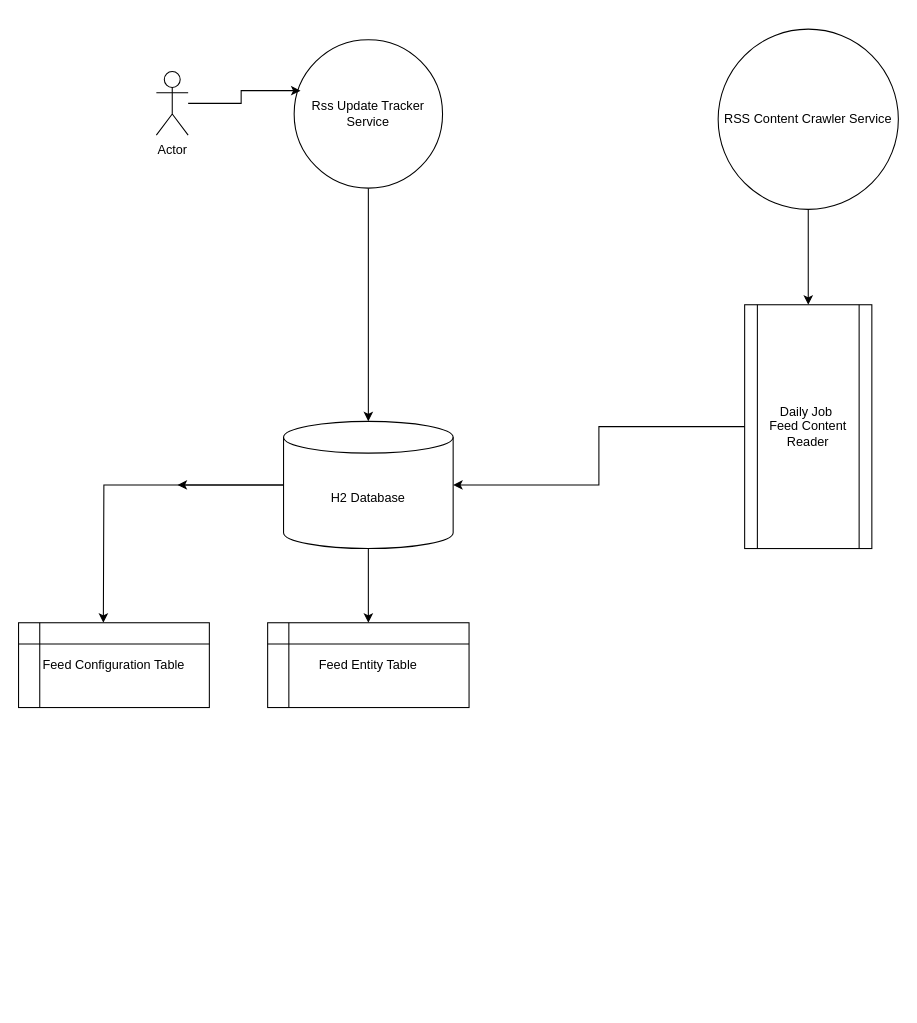
The draw.io diagram design/rss-tracker-service-draft-design-flow.drawio in hhovhann/rss-tracker-service, before the edit. Source tidied: cells renumbered, new cells numbered last; positions are measured from the earlier drawing's top-left corner, leaving out a move shared by most shapes. Both pictures are drawn from the tidied source at 106%, with x=0, y=0 at pixel (18, 29).
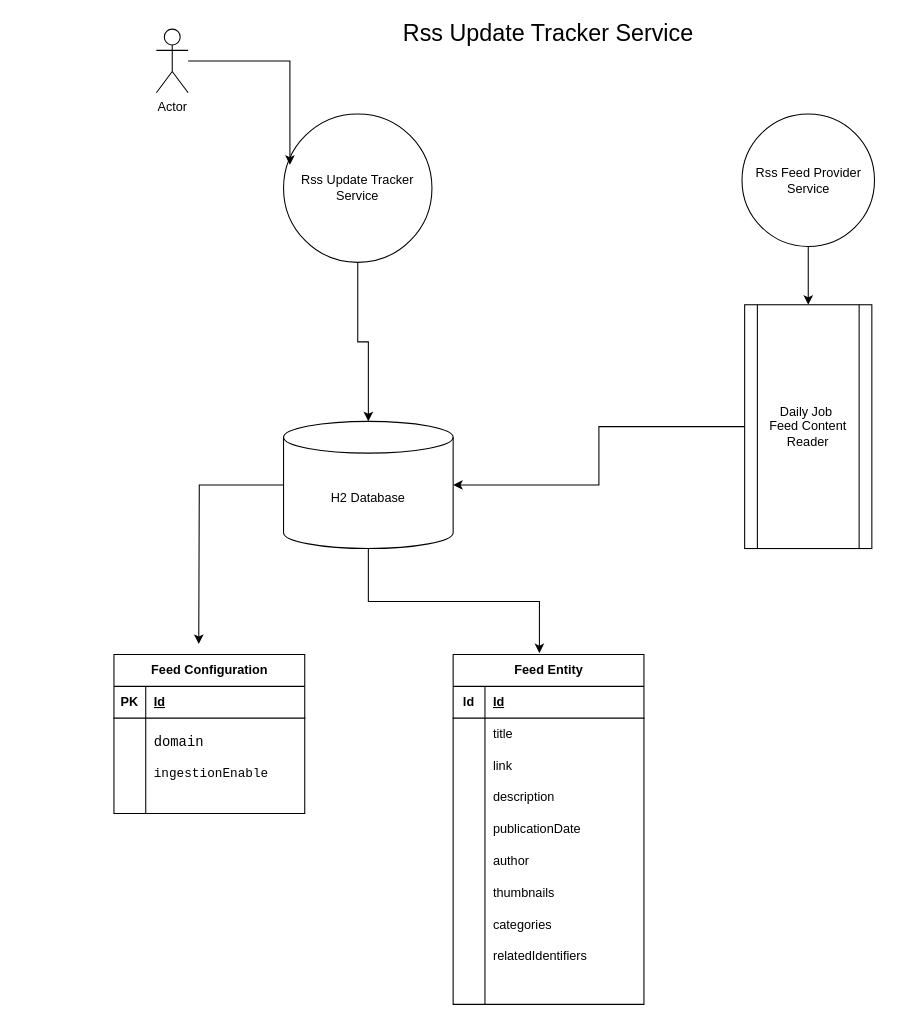
The same page after the edit.

Commit message:
Update draft design flow

The change refers to these unchanged cells:
```xml
<mxCell id="6" value="H2 Database" style="shape=cylinder3;whiteSpace=wrap;html=1;boundedLbl=1;backgroundOutline=1;size=15;" parent="1" vertex="1">
  <mxGeometry x="250" y="370" width="160" height="120" as="geometry" />
</mxCell>
```

Change to the diagram source:
```diff
@@
     <mxCell id="2" value="Actor" style="shape=umlActor;verticalLabelPosition=bottom;verticalAlign=top;html=1;outlineConnect=0;" parent="1" vertex="1">
-      <mxGeometry x="130" y="40" width="30" height="60" as="geometry" />
+      <mxGeometry x="130" width="30" height="60" as="geometry" />
     </mxCell>
-    <mxCell id="3" style="edgeStyle=orthogonalEdgeStyle;rounded=0;jettySize=auto;html=1;" parent="1" edge="1" source="6" target="14">
-      <mxGeometry relative="1" as="geometry" />
-    </mxCell>
-    <mxCell id="4" style="edgeStyle=orthogonalEdgeStyle;rounded=0;jettySize=auto;html=1;" parent="1" edge="1" source="6">
-      <mxGeometry relative="1" as="geometry">
-        <mxPoint x="150" y="430" as="targetPoint" />
-      </mxGeometry>
-    </mxCell>
-    <mxCell id="5" style="edgeStyle=orthogonalEdgeStyle;rounded=0;jettySize=auto;html=1;" parent="1" edge="1" source="6">
-      <mxGeometry relative="1" as="geometry">
-        <mxPoint x="80" y="560" as="targetPoint" />
-      </mxGeometry>
-    </mxCell>
+    <mxCell id="16" style="edgeStyle=orthogonalEdgeStyle;rounded=0;jettySize=auto;html=1;" parent="1" edge="1" source="6">
+      <mxGeometry relative="1" as="geometry">
+        <mxPoint x="170" y="580" as="targetPoint" />
+      </mxGeometry>
+    </mxCell>
@@
-    <mxCell id="8" value="RSS Content Crawler Service" style="ellipse;whiteSpace=wrap;html=1;" parent="1" vertex="1">
-      <mxGeometry x="660" width="170" height="170" as="geometry" />
+    <mxCell id="8" value="Rss Feed Provider Service" style="ellipse;whiteSpace=wrap;html=1;" parent="1" vertex="1">
+      <mxGeometry x="682.5" y="80" width="125" height="125" as="geometry" />
     </mxCell>
@@
     <mxCell id="10" value="Rss Update Tracker Service" style="ellipse;whiteSpace=wrap;html=1;" parent="1" vertex="1">
-      <mxGeometry x="260" y="10" width="140" height="140" as="geometry" />
+      <mxGeometry x="250" y="80" width="140" height="140" as="geometry" />
     </mxCell>
@@
-    <mxCell id="14" value="Feed Entity Table&lt;br&gt;" style="shape=internalStorage;whiteSpace=wrap;html=1;backgroundOutline=1;" parent="1" vertex="1">
-      <mxGeometry x="235" y="560" width="190" height="80" as="geometry" />
-    </mxCell>
-    <mxCell id="15" value="Feed Configuration Table" style="shape=internalStorage;whiteSpace=wrap;html=1;backgroundOutline=1;" parent="1" vertex="1">
-      <mxGeometry y="560" width="180" height="80" as="geometry" />
-    </mxCell>
+    <mxCell id="17" value="Feed Configuration&lt;br&gt;" style="shape=table;startSize=30;childLayout=tableLayout;rowLines=0;fontStyle=1;align=center;html=1;" parent="1" vertex="1">
+      <mxGeometry x="90" y="590" width="180" height="150" as="geometry" />
+    </mxCell>
+    <mxCell id="18" style="shape=tableRow;horizontal=0;startSize=0;swimlaneHead=0;swimlaneBody=0;fillColor=none;top=0;left=0;right=0;bottom=1;" parent="17" vertex="1">
+      <mxGeometry y="30" width="180" height="30" as="geometry" />
+    </mxCell>
+    <mxCell id="19" value="PK" style="shape=partialRectangle;fillColor=none;top=0;left=0;bottom=0;right=0;fontStyle=1;overflow=hidden;whiteSpace=wrap;html=1;" parent="18" vertex="1">
+      <mxGeometry width="30" height="30" as="geometry" />
+    </mxCell>
+    <mxCell id="20" value="Id" style="shape=partialRectangle;fillColor=none;top=0;left=0;bottom=0;right=0;align=left;spacingLeft=6;fontStyle=5;overflow=hidden;whiteSpace=wrap;html=1;" parent="18" vertex="1">
+      <mxGeometry x="30" width="150" height="30" as="geometry" />
+    </mxCell>
+    <mxCell id="21" style="shape=tableRow;horizontal=0;startSize=0;swimlaneHead=0;swimlaneBody=0;fillColor=none;top=0;left=0;right=0;bottom=0;" parent="17" vertex="1">
+      <mxGeometry y="60" width="180" height="30" as="geometry" />
+    </mxCell>
+    <mxCell id="22" style="shape=partialRectangle;fillColor=none;top=0;left=0;bottom=0;right=0;overflow=hidden;whiteSpace=wrap;html=1;" parent="21" vertex="1">
+      <mxGeometry width="30" height="30" as="geometry" />
+    </mxCell>
+    <mxCell id="23" value="&lt;div style=&quot;&quot;&gt;&lt;pre style=&quot;font-family: &amp;quot;JetBrains Mono&amp;quot;, monospace; font-size: 9.8pt;&quot;&gt;&lt;span style=&quot;background-color: rgb(255, 255, 255);&quot;&gt;domain&lt;/span&gt;&lt;/pre&gt;&lt;/div&gt;" style="shape=partialRectangle;fillColor=none;top=0;left=0;bottom=0;right=0;align=left;spacingLeft=6;overflow=hidden;whiteSpace=wrap;html=1;" parent="21" vertex="1">
+      <mxGeometry x="30" width="150" height="30" as="geometry" />
+    </mxCell>
+    <mxCell id="24" style="shape=tableRow;horizontal=0;startSize=0;swimlaneHead=0;swimlaneBody=0;fillColor=none;top=0;left=0;right=0;bottom=0;" parent="17" vertex="1">
+      <mxGeometry y="90" width="180" height="30" as="geometry" />
+    </mxCell>
+    <mxCell id="25" style="shape=partialRectangle;fillColor=none;top=0;left=0;bottom=0;right=0;overflow=hidden;whiteSpace=wrap;html=1;" parent="24" vertex="1">
+      <mxGeometry width="30" height="30" as="geometry" />
+    </mxCell>
+    <mxCell id="26" value="&lt;div style=&quot;&quot;&gt;&lt;pre style=&quot;&quot;&gt;&lt;font style=&quot;&quot; face=&quot;JetBrains Mono, monospace&quot;&gt;&lt;span style=&quot;background-color: rgb(255, 255, 255);&quot;&gt;ingestionEnable&lt;/span&gt;&lt;span style=&quot;background-color: rgb(43, 43, 43); color: rgb(169, 183, 198); font-size: 9.8pt;&quot;&gt;&lt;br&gt;&lt;/span&gt;&lt;/font&gt;&lt;/pre&gt;&lt;/div&gt;" style="shape=partialRectangle;fillColor=none;top=0;left=0;bottom=0;right=0;align=left;spacingLeft=6;overflow=hidden;whiteSpace=wrap;html=1;" parent="24" vertex="1">
+      <mxGeometry x="30" width="150" height="30" as="geometry" />
+    </mxCell>
+    <mxCell id="27" style="shape=tableRow;horizontal=0;startSize=0;swimlaneHead=0;swimlaneBody=0;fillColor=none;top=0;left=0;right=0;bottom=0;" parent="17" vertex="1">
+      <mxGeometry y="120" width="180" height="30" as="geometry" />
+    </mxCell>
+    <mxCell id="28" style="shape=partialRectangle;fillColor=none;top=0;left=0;bottom=0;right=0;overflow=hidden;whiteSpace=wrap;html=1;" parent="27" vertex="1">
+      <mxGeometry width="30" height="30" as="geometry" />
+    </mxCell>
+    <mxCell id="29" style="shape=partialRectangle;fillColor=none;top=0;left=0;bottom=0;right=0;align=left;spacingLeft=6;overflow=hidden;whiteSpace=wrap;html=1;" parent="27" vertex="1">
+      <mxGeometry x="30" width="150" height="30" as="geometry" />
+    </mxCell>
+    <mxCell id="30" value="Feed Entity" style="shape=table;startSize=30;childLayout=tableLayout;rowLines=0;fontStyle=1;align=center;html=1;" parent="1" vertex="1">
+      <mxGeometry x="410" y="590" width="180" height="330" as="geometry" />
+    </mxCell>
+    <mxCell id="31" style="shape=tableRow;horizontal=0;startSize=0;swimlaneHead=0;swimlaneBody=0;fillColor=none;top=0;left=0;right=0;bottom=1;" parent="30" vertex="1">
+      <mxGeometry y="30" width="180" height="30" as="geometry" />
+    </mxCell>
+    <mxCell id="32" value="Id" style="shape=partialRectangle;fillColor=none;top=0;left=0;bottom=0;right=0;fontStyle=1;overflow=hidden;whiteSpace=wrap;html=1;" parent="31" vertex="1">
+      <mxGeometry width="30" height="30" as="geometry" />
+    </mxCell>
+    <mxCell id="33" value="Id" style="shape=partialRectangle;fillColor=none;top=0;left=0;bottom=0;right=0;align=left;spacingLeft=6;fontStyle=5;overflow=hidden;whiteSpace=wrap;html=1;" parent="31" vertex="1">
+      <mxGeometry x="30" width="150" height="30" as="geometry" />
+    </mxCell>
+    <mxCell id="34" style="shape=tableRow;horizontal=0;startSize=0;swimlaneHead=0;swimlaneBody=0;fillColor=none;top=0;left=0;right=0;bottom=0;" parent="30" vertex="1">
+      <mxGeometry y="60" width="180" height="30" as="geometry" />
+    </mxCell>
+    <mxCell id="35" style="shape=partialRectangle;fillColor=none;top=0;left=0;bottom=0;right=0;overflow=hidden;whiteSpace=wrap;html=1;" parent="34" vertex="1">
+      <mxGeometry width="30" height="30" as="geometry" />
+    </mxCell>
+    <mxCell id="36" value="title" style="shape=partialRectangle;fillColor=none;top=0;left=0;bottom=0;right=0;align=left;spacingLeft=6;overflow=hidden;whiteSpace=wrap;html=1;" parent="34" vertex="1">
+      <mxGeometry x="30" width="150" height="30" as="geometry" />
+    </mxCell>
+    <mxCell id="37" style="shape=tableRow;horizontal=0;startSize=0;swimlaneHead=0;swimlaneBody=0;fillColor=none;top=0;left=0;right=0;bottom=0;" parent="30" vertex="1">
+      <mxGeometry y="90" width="180" height="30" as="geometry" />
+    </mxCell>
+    <mxCell id="38" style="shape=partialRectangle;fillColor=none;top=0;left=0;bottom=0;right=0;overflow=hidden;whiteSpace=wrap;html=1;" parent="37" vertex="1">
+      <mxGeometry width="30" height="30" as="geometry" />
+    </mxCell>
+    <mxCell id="39" value="link" style="shape=partialRectangle;fillColor=none;top=0;left=0;bottom=0;right=0;align=left;spacingLeft=6;overflow=hidden;whiteSpace=wrap;html=1;" parent="37" vertex="1">
+      <mxGeometry x="30" width="150" height="30" as="geometry" />
+    </mxCell>
+    <mxCell id="40" style="shape=tableRow;horizontal=0;startSize=0;swimlaneHead=0;swimlaneBody=0;fillColor=none;top=0;left=0;right=0;bottom=0;" parent="30" vertex="1">
+      <mxGeometry y="120" width="180" height="30" as="geometry" />
+    </mxCell>
+    <mxCell id="41" style="shape=partialRectangle;fillColor=none;top=0;left=0;bottom=0;right=0;overflow=hidden;whiteSpace=wrap;html=1;" parent="40" vertex="1">
+      <mxGeometry width="30" height="30" as="geometry" />
+    </mxCell>
+    <mxCell id="42" value="description" style="shape=partialRectangle;fillColor=none;top=0;left=0;bottom=0;right=0;align=left;spacingLeft=6;overflow=hidden;whiteSpace=wrap;html=1;" parent="40" vertex="1">
+      <mxGeometry x="30" width="150" height="30" as="geometry" />
+    </mxCell>
+    <mxCell id="43" style="shape=tableRow;horizontal=0;startSize=0;swimlaneHead=0;swimlaneBody=0;fillColor=none;top=0;left=0;right=0;bottom=0;" parent="30" vertex="1">
+      <mxGeometry y="150" width="180" height="30" as="geometry" />
+    </mxCell>
+    <mxCell id="44" style="shape=partialRectangle;fillColor=none;top=0;left=0;bottom=0;right=0;overflow=hidden;whiteSpace=wrap;html=1;" parent="43" vertex="1">
+      <mxGeometry width="30" height="30" as="geometry" />
+    </mxCell>
+    <mxCell id="45" value="publicationDate" style="shape=partialRectangle;fillColor=none;top=0;left=0;bottom=0;right=0;align=left;spacingLeft=6;overflow=hidden;whiteSpace=wrap;html=1;" parent="43" vertex="1">
+      <mxGeometry x="30" width="150" height="30" as="geometry" />
+    </mxCell>
+    <mxCell id="46" style="shape=tableRow;horizontal=0;startSize=0;swimlaneHead=0;swimlaneBody=0;fillColor=none;top=0;left=0;right=0;bottom=0;" parent="30" vertex="1">
+      <mxGeometry y="180" width="180" height="30" as="geometry" />
+    </mxCell>
+    <mxCell id="47" style="shape=partialRectangle;fillColor=none;top=0;left=0;bottom=0;right=0;overflow=hidden;whiteSpace=wrap;html=1;" parent="46" vertex="1">
+      <mxGeometry width="30" height="30" as="geometry" />
+    </mxCell>
+    <mxCell id="48" value="author" style="shape=partialRectangle;fillColor=none;top=0;left=0;bottom=0;right=0;align=left;spacingLeft=6;overflow=hidden;whiteSpace=wrap;html=1;" parent="46" vertex="1">
+      <mxGeometry x="30" width="150" height="30" as="geometry" />
+    </mxCell>
+    <mxCell id="49" style="shape=tableRow;horizontal=0;startSize=0;swimlaneHead=0;swimlaneBody=0;fillColor=none;top=0;left=0;right=0;bottom=0;" parent="30" vertex="1">
+      <mxGeometry y="210" width="180" height="30" as="geometry" />
+    </mxCell>
+    <mxCell id="50" style="shape=partialRectangle;fillColor=none;top=0;left=0;bottom=0;right=0;overflow=hidden;whiteSpace=wrap;html=1;" parent="49" vertex="1">
+      <mxGeometry width="30" height="30" as="geometry" />
+    </mxCell>
+    <mxCell id="51" value="thumbnails" style="shape=partialRectangle;fillColor=none;top=0;left=0;bottom=0;right=0;align=left;spacingLeft=6;overflow=hidden;whiteSpace=wrap;html=1;" parent="49" vertex="1">
+      <mxGeometry x="30" width="150" height="30" as="geometry" />
+    </mxCell>
+    <mxCell id="52" style="shape=tableRow;horizontal=0;startSize=0;swimlaneHead=0;swimlaneBody=0;fillColor=none;top=0;left=0;right=0;bottom=0;" parent="30" vertex="1">
+      <mxGeometry y="240" width="180" height="30" as="geometry" />
+    </mxCell>
+    <mxCell id="53" style="shape=partialRectangle;fillColor=none;top=0;left=0;bottom=0;right=0;overflow=hidden;whiteSpace=wrap;html=1;" parent="52" vertex="1">
+      <mxGeometry width="30" height="30" as="geometry" />
+    </mxCell>
+    <mxCell id="54" value="categories" style="shape=partialRectangle;fillColor=none;top=0;left=0;bottom=0;right=0;align=left;spacingLeft=6;overflow=hidden;whiteSpace=wrap;html=1;" parent="52" vertex="1">
+      <mxGeometry x="30" width="150" height="30" as="geometry" />
+    </mxCell>
+    <mxCell id="55" style="shape=tableRow;horizontal=0;startSize=0;swimlaneHead=0;swimlaneBody=0;fillColor=none;top=0;left=0;right=0;bottom=0;" parent="30" vertex="1">
+      <mxGeometry y="270" width="180" height="30" as="geometry" />
+    </mxCell>
+    <mxCell id="56" style="shape=partialRectangle;fillColor=none;top=0;left=0;bottom=0;right=0;overflow=hidden;whiteSpace=wrap;html=1;" parent="55" vertex="1">
+      <mxGeometry width="30" height="30" as="geometry" />
+    </mxCell>
+    <mxCell id="57" value="relatedIdentifiers" style="shape=partialRectangle;fillColor=none;top=0;left=0;bottom=0;right=0;align=left;spacingLeft=6;overflow=hidden;whiteSpace=wrap;html=1;" parent="55" vertex="1">
+      <mxGeometry x="30" width="150" height="30" as="geometry" />
+    </mxCell>
+    <mxCell id="58" style="shape=tableRow;horizontal=0;startSize=0;swimlaneHead=0;swimlaneBody=0;fillColor=none;top=0;left=0;right=0;bottom=0;" parent="30" vertex="1">
+      <mxGeometry y="300" width="180" height="30" as="geometry" />
+    </mxCell>
+    <mxCell id="59" style="shape=partialRectangle;fillColor=none;top=0;left=0;bottom=0;right=0;overflow=hidden;whiteSpace=wrap;html=1;" parent="58" vertex="1">
+      <mxGeometry width="30" height="30" as="geometry" />
+    </mxCell>
+    <mxCell id="60" style="shape=partialRectangle;fillColor=none;top=0;left=0;bottom=0;right=0;align=left;spacingLeft=6;overflow=hidden;whiteSpace=wrap;html=1;" parent="58" vertex="1">
+      <mxGeometry x="30" width="150" height="30" as="geometry" />
+    </mxCell>
+    <mxCell id="61" style="edgeStyle=orthogonalEdgeStyle;rounded=0;jettySize=auto;html=1;entryX=0.452;entryY=-0.004;entryDx=0;entryDy=0;entryPerimeter=0;" parent="1" edge="1" source="6" target="30">
+      <mxGeometry relative="1" as="geometry" />
+    </mxCell>
+    <mxCell id="62" value="&lt;font style=&quot;font-size: 22px;&quot;&gt;Rss Update Tracker Service&lt;/font&gt;" style="text;html=1;strokeColor=none;fillColor=none;align=center;verticalAlign=middle;whiteSpace=wrap;rounded=0;" parent="1" vertex="1">
+      <mxGeometry x="310" y="-10" width="380" height="30" as="geometry" />
+    </mxCell>
```
